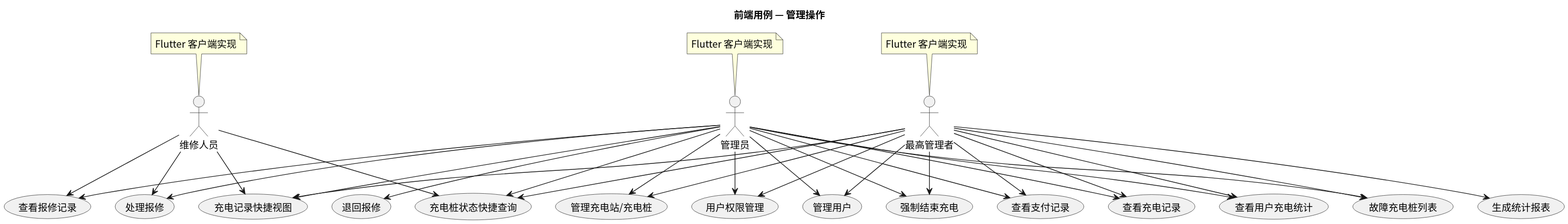
The PlantUML diagram usecase/docs/frontend/img/frontend_admin_usecases.svg in greenhandzdl/charging-station-doc, before a commit.
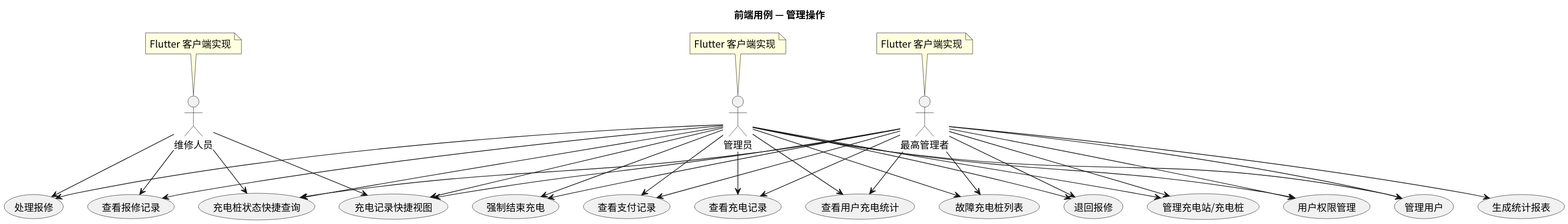
Above is the later version.

Change to the diagram source:
```diff
@@ -41,6 +41,7 @@
 A --> RR
 A --> FCL
 SA --> FCL
+SA --> RR
 M --> HR
 M --> VR
 M --> QV
```
